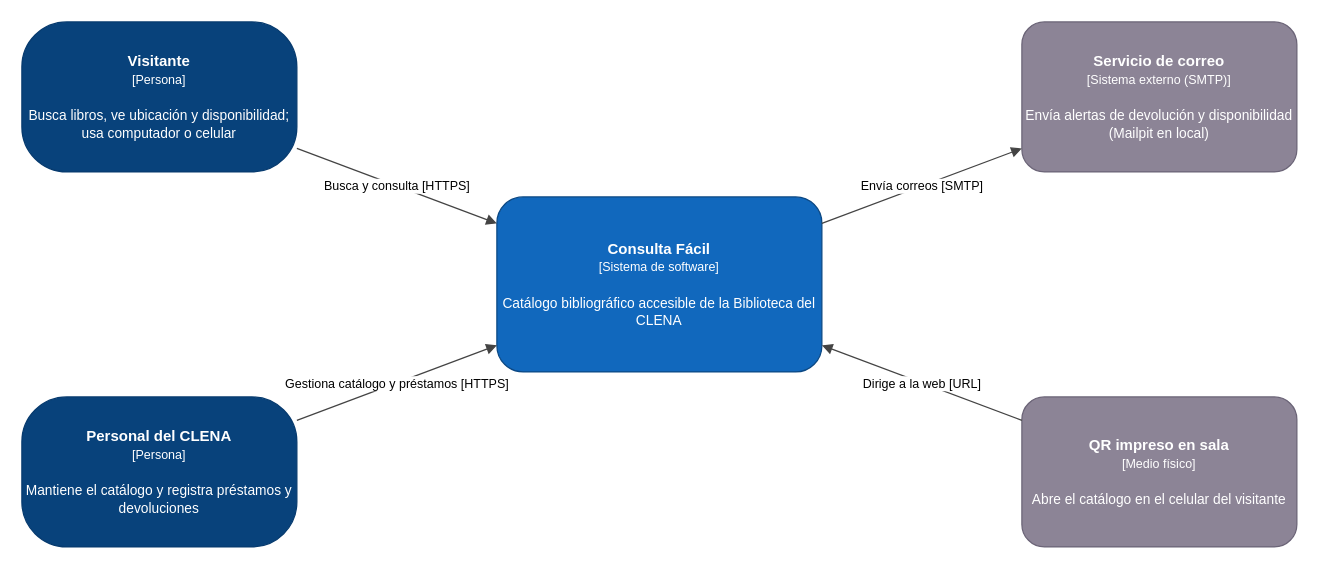
This is docs/diagramas/c4-1-contexto.drawio from ByRAPG/clena-catalogo-biblioteca, a draw.io file, before an edit. Source tidied: cells renumbered, new cells numbered last; positions are measured from the earlier drawing's top-left corner, leaving out a move shared by most shapes. Both pictures are drawn from the tidied source at 125%, with x=0, y=0 at pixel (21, 21).
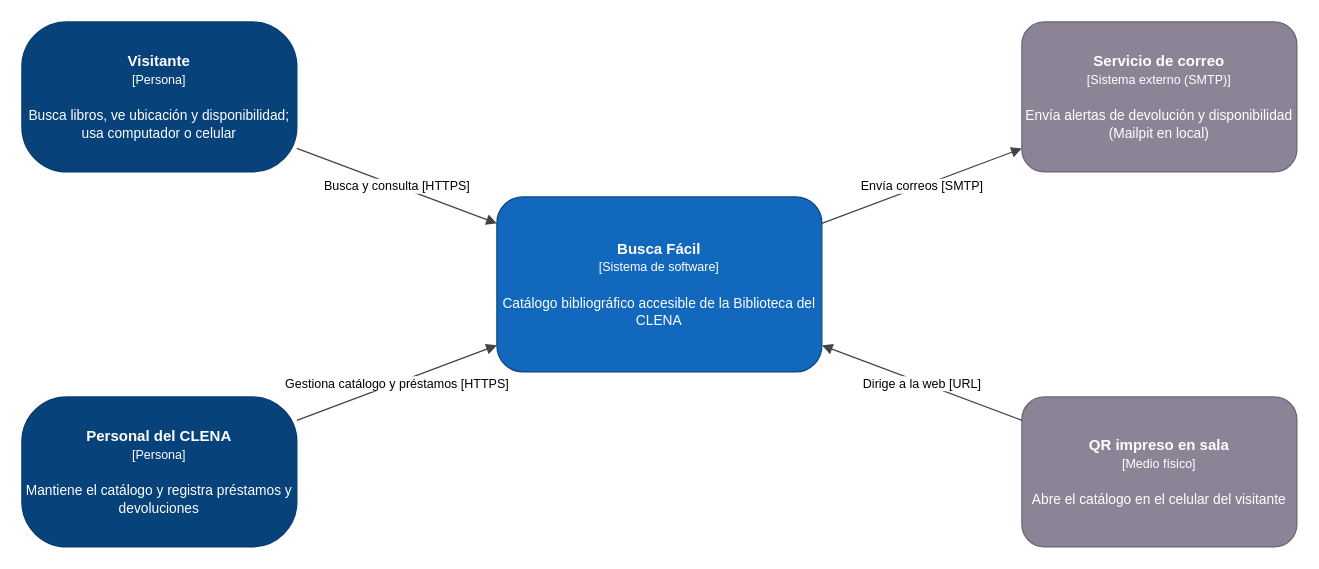
The same diagram, later.

Change to the diagram source:
```diff
@@
 <mxGraphModel>
   <root>
     <mxCell id="0" />
     <mxCell id="1" parent="0" />
     <mxCell id="2" value="&lt;b&gt;Visitante&lt;/b&gt;&lt;br&gt;&lt;font style=&quot;font-size:10px&quot;&gt;[Persona]&lt;/font&gt;&lt;br&gt;&lt;br&gt;&lt;font style=&quot;font-size:11px&quot;&gt;Busca libros, ve ubicación y disponibilidad; usa computador o celular&lt;/font&gt;" style="rounded=1;arcSize=30;whiteSpace=wrap;html=1;fillColor=#08427B;strokeColor=#073B6F;fontColor=#FFFFFF;" parent="1" vertex="1">
       <mxGeometry width="220" height="120" as="geometry" />
     </mxCell>
     <mxCell id="3" value="&lt;b&gt;Personal del CLENA&lt;/b&gt;&lt;br&gt;&lt;font style=&quot;font-size:10px&quot;&gt;[Persona]&lt;/font&gt;&lt;br&gt;&lt;br&gt;&lt;font style=&quot;font-size:11px&quot;&gt;Mantiene el catálogo y registra préstamos y devoluciones&lt;/font&gt;" style="rounded=1;arcSize=30;whiteSpace=wrap;html=1;fillColor=#08427B;strokeColor=#073B6F;fontColor=#FFFFFF;" parent="1" vertex="1">
       <mxGeometry y="300" width="220" height="120" as="geometry" />
     </mxCell>
-    <mxCell id="4" value="&lt;b&gt;Consulta Fácil&lt;/b&gt;&lt;br&gt;&lt;font style=&quot;font-size:10px&quot;&gt;[Sistema de software]&lt;/font&gt;&lt;br&gt;&lt;br&gt;&lt;font style=&quot;font-size:11px&quot;&gt;Catálogo bibliográfico accesible de la Biblioteca del CLENA&lt;/font&gt;" style="rounded=1;whiteSpace=wrap;html=1;fillColor=#1168BD;strokeColor=#0B4884;fontColor=#FFFFFF;" parent="1" vertex="1">
+    <mxCell id="4" value="&lt;b&gt;Busca Fácil&lt;/b&gt;&lt;br&gt;&lt;font style=&quot;font-size:10px&quot;&gt;[Sistema de software]&lt;/font&gt;&lt;br&gt;&lt;br&gt;&lt;font style=&quot;font-size:11px&quot;&gt;Catálogo bibliográfico accesible de la Biblioteca del CLENA&lt;/font&gt;" style="rounded=1;whiteSpace=wrap;html=1;fillColor=#1168BD;strokeColor=#0B4884;fontColor=#FFFFFF;" parent="1" vertex="1">
       <mxGeometry x="380" y="140" width="260" height="140" as="geometry" />
     </mxCell>
     <mxCell id="5" value="&lt;b&gt;Servicio de correo&lt;/b&gt;&lt;br&gt;&lt;font style=&quot;font-size:10px&quot;&gt;[Sistema externo (SMTP)]&lt;/font&gt;&lt;br&gt;&lt;br&gt;&lt;font style=&quot;font-size:11px&quot;&gt;Envía alertas de devolución y disponibilidad (Mailpit en local)&lt;/font&gt;" style="rounded=1;whiteSpace=wrap;html=1;fillColor=#8C8496;strokeColor=#6B6477;fontColor=#FFFFFF;" parent="1" vertex="1">
       <mxGeometry x="800" width="220" height="120" as="geometry" />
     </mxCell>
     <mxCell id="6" value="&lt;b&gt;QR impreso en sala&lt;/b&gt;&lt;br&gt;&lt;font style=&quot;font-size:10px&quot;&gt;[Medio físico]&lt;/font&gt;&lt;br&gt;&lt;br&gt;&lt;font style=&quot;font-size:11px&quot;&gt;Abre el catálogo en el celular del visitante&lt;/font&gt;" style="rounded=1;whiteSpace=wrap;html=1;fillColor=#8C8496;strokeColor=#6B6477;fontColor=#FFFFFF;" parent="1" vertex="1">
       <mxGeometry x="800" y="300" width="220" height="120" as="geometry" />
     </mxCell>
     <mxCell id="7" value="Busca y consulta [HTTPS]" style="endArrow=block;html=1;rounded=0;strokeColor=#444444;fontSize=10;labelBackgroundColor=#FFFFFF;" parent="1" edge="1" source="2" target="4">
       <mxGeometry relative="1" as="geometry" />
     </mxCell>
     <mxCell id="8" value="Gestiona catálogo y préstamos [HTTPS]" style="endArrow=block;html=1;rounded=0;strokeColor=#444444;fontSize=10;labelBackgroundColor=#FFFFFF;" parent="1" edge="1" source="3" target="4">
       <mxGeometry relative="1" as="geometry" />
     </mxCell>
     <mxCell id="9" value="Envía correos [SMTP]" style="endArrow=block;html=1;rounded=0;strokeColor=#444444;fontSize=10;labelBackgroundColor=#FFFFFF;" parent="1" edge="1" source="4" target="5">
       <mxGeometry relative="1" as="geometry" />
     </mxCell>
     <mxCell id="10" value="Dirige a la web [URL]" style="endArrow=block;html=1;rounded=0;strokeColor=#444444;fontSize=10;labelBackgroundColor=#FFFFFF;" parent="1" edge="1" source="6" target="4">
       <mxGeometry relative="1" as="geometry" />
     </mxCell>
   </root>
 </mxGraphModel>
```
